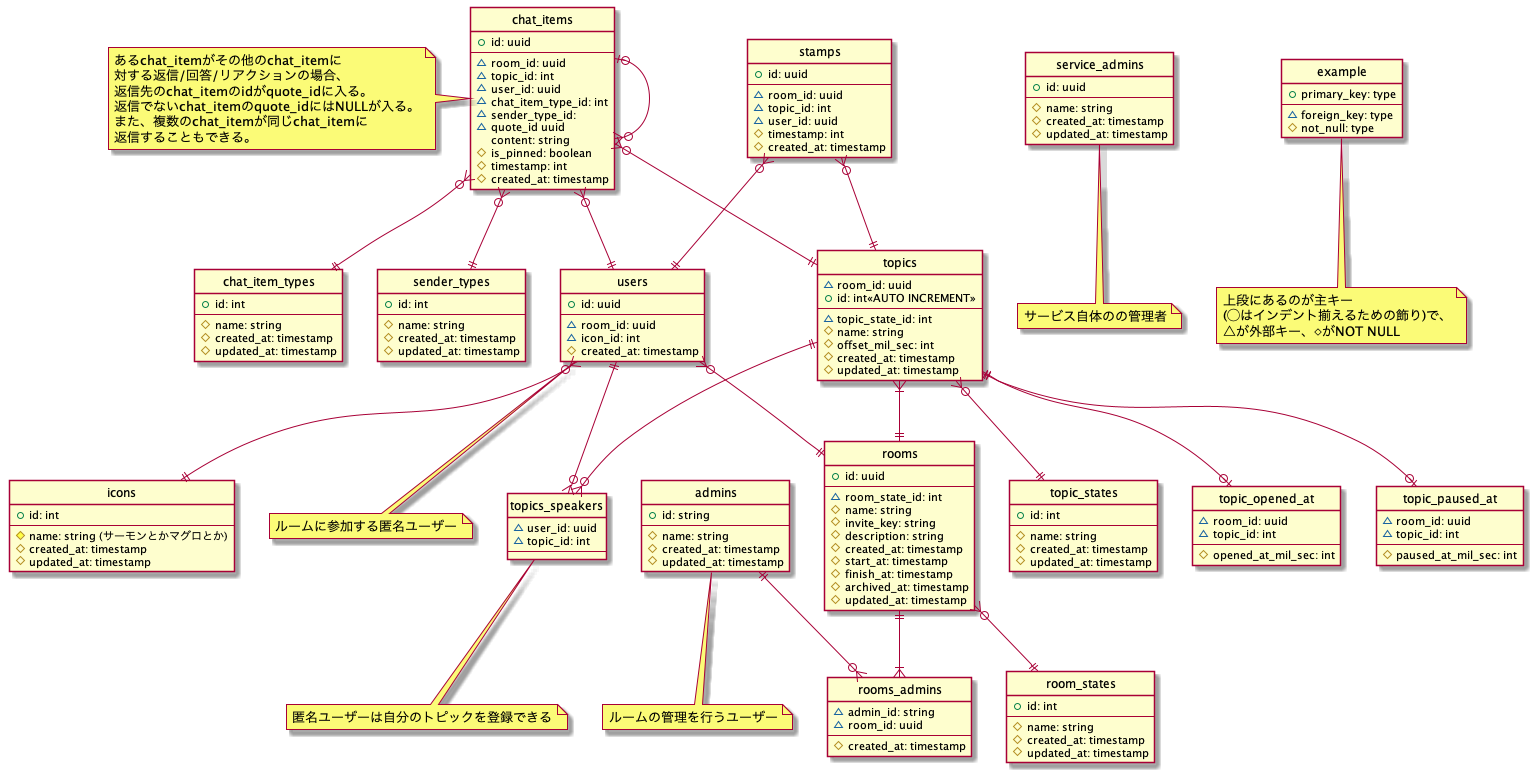
Earlier version of the PlantUML export doc/ER/ER_logic.png (osushi-academy/sushi-chat).
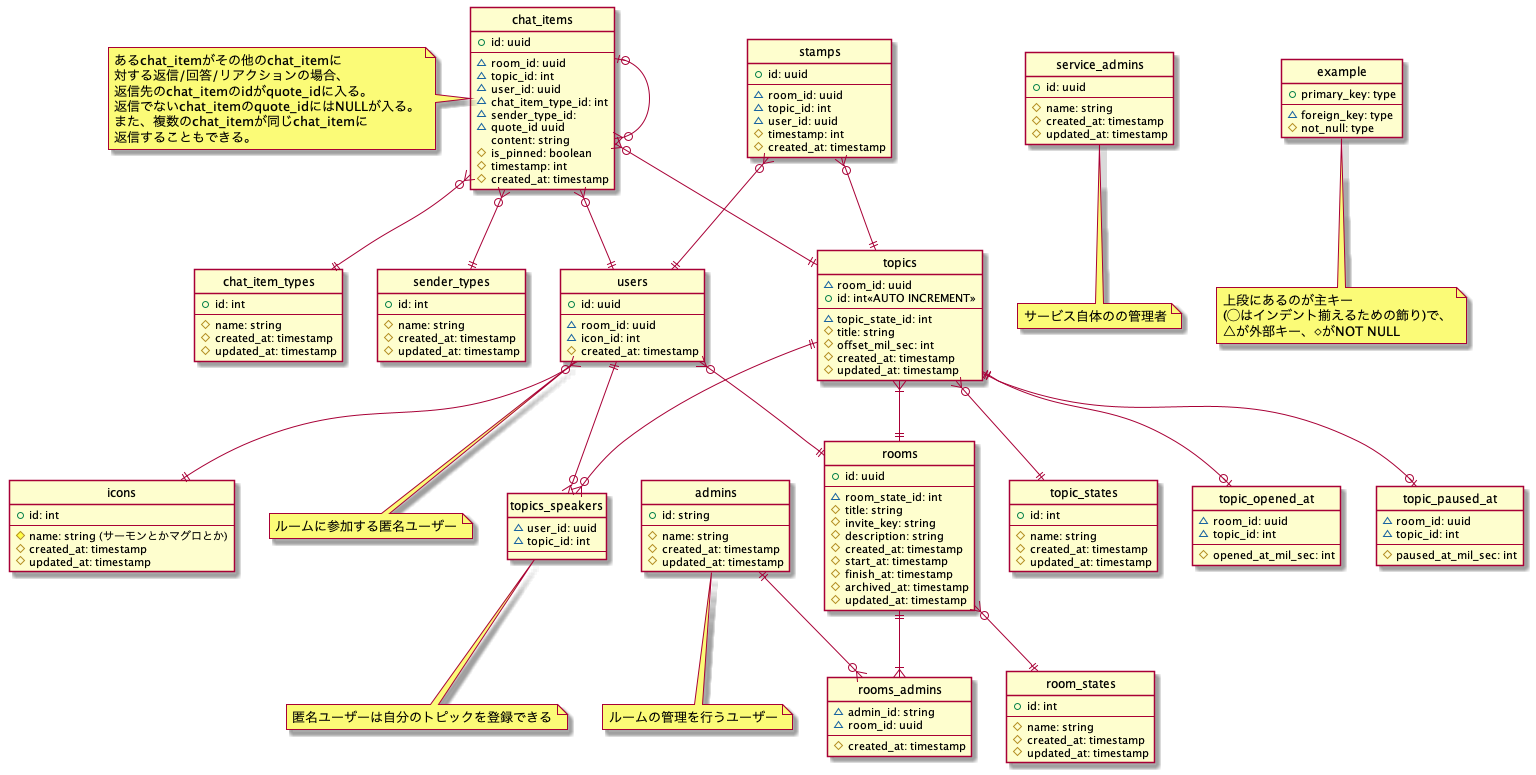
After the change.

Commit message:
Made name of rooms and topics title

What changed in the source:
```diff
@@ -56,7 +56,7 @@
     +id: uuid
     --
     ~room_state_id: int
-    #name: string
+    #title: string
     #invite_key: string
     #description: string
     #created_at: timestamp
@@ -79,7 +79,7 @@
     +id: int<<AUTO INCREMENT>>
     --
     ~topic_state_id: int
-    #name: string
+    #title: string
     #offset_mil_sec: int
     #created_at: timestamp
     #updated_at: timestamp
```
